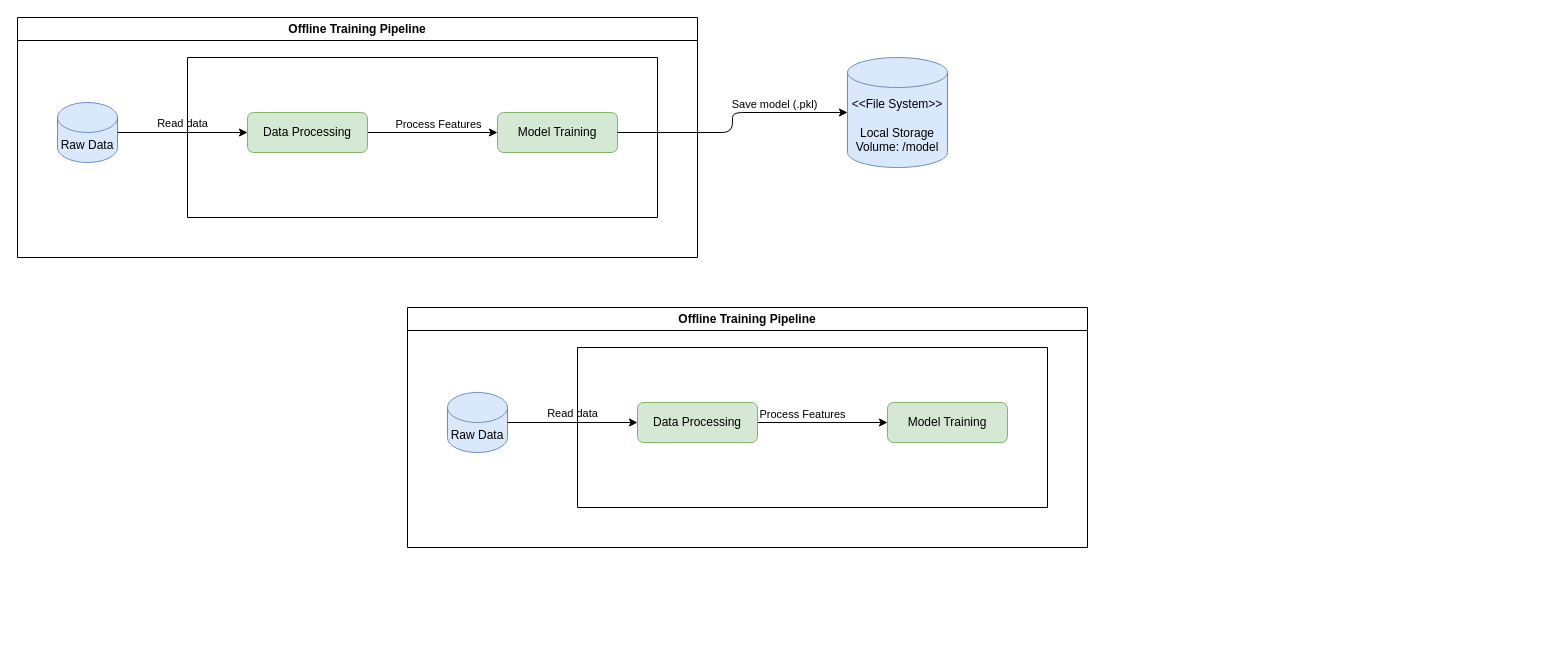
thanhnhat31/finalproject.mlops.group9.msa29hcm keeps this draw.io diagram as document/architecture.drawio. Above is the earlier version. Source tidied: cells renumbered, new cells numbered last; positions are measured from the earlier drawing's top-left corner, leaving out a move shared by most shapes. Both pictures are drawn from the tidied source at 100%, with x=0, y=0 at pixel (17, 17).
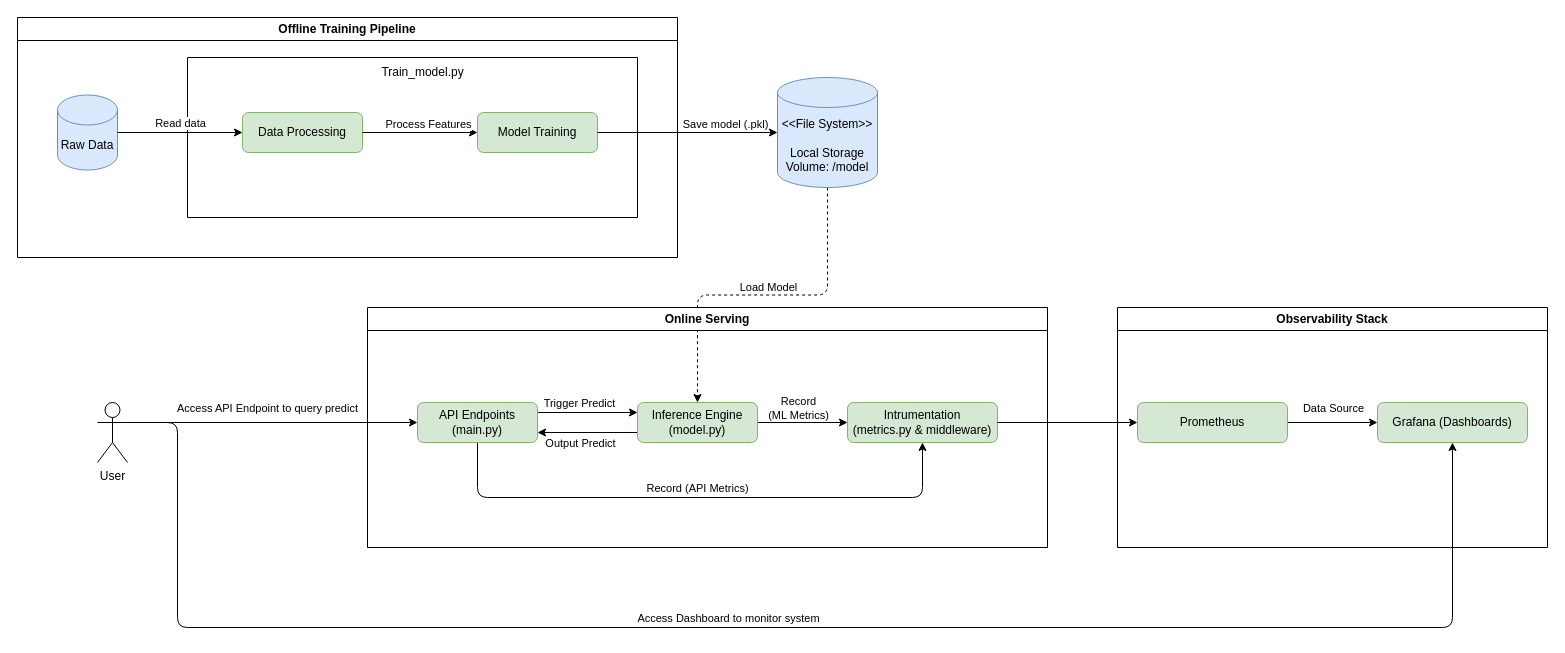
After the change.

Commit message (it also covers changes not shown here):
Architecture.md - Update Data Flow

What changed in the source:
```diff
@@
     <mxCell id="2" value="Offline Training Pipeline" style="swimlane;whiteSpace=wrap;html=1;" parent="1" vertex="1">
-      <mxGeometry width="680" height="240" as="geometry" />
+      <mxGeometry width="660" height="240" as="geometry" />
     </mxCell>
     <mxCell id="3" value="Raw Data" style="shape=cylinder3;whiteSpace=wrap;html=1;boundedLbl=1;backgroundOutline=1;size=15;fillColor=#dae8fc;strokeColor=#6c8ebf;" parent="2" vertex="1">
-      <mxGeometry x="40" y="85" width="60" height="60" as="geometry" />
+      <mxGeometry x="40" y="77.5" width="60" height="75" as="geometry" />
     </mxCell>
+    <mxCell id="8" style="swimlane;startSize=0;" parent="2" vertex="1">
+      <mxGeometry x="170" y="40" width="450" height="160" as="geometry" />
+    </mxCell>
+    <mxCell id="9" value="Model Training" style="rounded=1;whiteSpace=wrap;html=1;fillColor=#d5e8d4;strokeColor=#82b366;" parent="8" vertex="1">
+      <mxGeometry x="290" y="55" width="120" height="40" as="geometry" />
+    </mxCell>
+    <mxCell id="21" value="Train_model.py" style="text;html=1;align=center;verticalAlign=middle;strokeColor=none;fillColor=none;" parent="8" vertex="1">
+      <mxGeometry x="180" width="110" height="30" as="geometry" />
+    </mxCell>
+    <mxCell id="6" value="Data Processing" style="rounded=1;whiteSpace=wrap;html=1;fillColor=#d5e8d4;strokeColor=#82b366;" parent="8" vertex="1">
+      <mxGeometry x="55" y="55" width="120" height="40" as="geometry" />
+    </mxCell>
-    <mxCell id="4" style="edgeStyle=none;html=1;exitX=1;exitY=0.5;exitDx=0;exitDy=0;" parent="2" edge="1" source="6" target="9">
+    <mxCell id="4" style="edgeStyle=none;html=1;exitX=1;exitY=0.5;exitDx=0;exitDy=0;" parent="8" edge="1" source="6" target="9">
       <mxGeometry relative="1" as="geometry" />
     </mxCell>
@@
-    <mxCell id="6" value="Data Processing" style="rounded=1;whiteSpace=wrap;html=1;fillColor=#d5e8d4;strokeColor=#82b366;" parent="2" vertex="1">
-      <mxGeometry x="230" y="95" width="120" height="40" as="geometry" />
-    </mxCell>
@@
-    <mxCell id="8" style="swimlane;startSize=0;" parent="2" vertex="1">
-      <mxGeometry x="170" y="40" width="470" height="160" as="geometry" />
-    </mxCell>
-    <mxCell id="9" value="Model Training" style="rounded=1;whiteSpace=wrap;html=1;fillColor=#d5e8d4;strokeColor=#82b366;" parent="8" vertex="1">
-      <mxGeometry x="310" y="55" width="120" height="40" as="geometry" />
-    </mxCell>
+    <mxCell id="22" style="edgeStyle=orthogonalEdgeStyle;html=1;exitX=0.5;exitY=1;exitDx=0;exitDy=0;exitPerimeter=0;entryX=0.5;entryY=0;entryDx=0;entryDy=0;elbow=vertical;dashed=1;" parent="1" edge="1" source="10" target="32">
+      <mxGeometry relative="1" as="geometry" />
+    </mxCell>
+    <mxCell id="23" value="Load Model" style="edgeLabel;html=1;align=center;verticalAlign=middle;" parent="22" vertex="1">
+      <mxGeometry x="-0.89" y="-1" relative="1" as="geometry">
+        <mxPoint x="-59" y="80" as="offset" />
+      </mxGeometry>
+    </mxCell>
     <mxCell id="10" value="&amp;lt;&amp;lt;File System&amp;gt;&amp;gt;&lt;br&gt;&lt;br&gt;Local Storage&lt;br&gt;Volume: /model" style="shape=cylinder3;whiteSpace=wrap;html=1;boundedLbl=1;backgroundOutline=1;size=15;fillColor=#dae8fc;strokeColor=#6c8ebf;" parent="1" vertex="1">
-      <mxGeometry x="830" y="40" width="100" height="110" as="geometry" />
+      <mxGeometry x="760" y="60" width="100" height="110" as="geometry" />
     </mxCell>
@@
-    <mxCell id="13" value="Offline Training Pipeline" style="swimlane;whiteSpace=wrap;html=1;" parent="1" vertex="1">
-      <mxGeometry x="390" y="290" width="680" height="240" as="geometry" />
+    <mxCell id="13" value="Online Serving" style="swimlane;whiteSpace=wrap;html=1;" parent="1" vertex="1">
+      <mxGeometry x="350" y="290" width="680" height="240" as="geometry" />
     </mxCell>
-    <mxCell id="14" value="Raw Data" style="shape=cylinder3;whiteSpace=wrap;html=1;boundedLbl=1;backgroundOutline=1;size=15;fillColor=#dae8fc;strokeColor=#6c8ebf;" parent="13" vertex="1">
-      <mxGeometry x="40" y="85" width="60" height="60" as="geometry" />
-    </mxCell>
-    <mxCell id="15" style="edgeStyle=none;html=1;exitX=1;exitY=0.5;exitDx=0;exitDy=0;" parent="13" edge="1" source="17" target="20">
-      <mxGeometry relative="1" as="geometry" />
-    </mxCell>
-    <mxCell id="16" value="Process Features" style="edgeLabel;html=1;align=center;verticalAlign=bottom;labelPosition=center;verticalLabelPosition=top;" parent="15" vertex="1">
-      <mxGeometry x="-0.32" relative="1" as="geometry" />
-    </mxCell>
+    <mxCell id="24" style="edgeStyle=orthogonalEdgeStyle;html=1;exitX=1;exitY=0.25;exitDx=0;exitDy=0;entryX=0;entryY=0.25;entryDx=0;entryDy=0;elbow=vertical;verticalAlign=bottom;labelPosition=left;verticalLabelPosition=top;align=right;" parent="13" edge="1" source="17" target="32">
+      <mxGeometry relative="1" as="geometry" />
+    </mxCell>
+    <mxCell id="25" value="Trigger Predict" style="edgeLabel;html=1;align=center;verticalAlign=middle;" parent="24" vertex="1">
+      <mxGeometry x="0.33" relative="1" as="geometry">
+        <mxPoint x="-26" y="-10" as="offset" />
+      </mxGeometry>
+    </mxCell>
+    <mxCell id="26" style="edgeStyle=orthogonalEdgeStyle;html=1;exitX=0.5;exitY=1;exitDx=0;exitDy=0;entryX=0.5;entryY=1;entryDx=0;entryDy=0;elbow=vertical;" parent="13" edge="1" source="17" target="33">
+      <mxGeometry relative="1" as="geometry">
+        <Array as="points">
+          <mxPoint x="110" y="190" />
+          <mxPoint x="555" y="190" />
+        </Array>
+      </mxGeometry>
+    </mxCell>
+    <mxCell id="27" value="Record (API Metrics)" style="edgeLabel;html=1;align=center;verticalAlign=middle;" parent="26" vertex="1">
+      <mxGeometry x="-0.17" relative="1" as="geometry">
+        <mxPoint x="44" y="-10" as="offset" />
+      </mxGeometry>
+    </mxCell>
-    <mxCell id="17" value="Data Processing" style="rounded=1;whiteSpace=wrap;html=1;fillColor=#d5e8d4;strokeColor=#82b366;" parent="13" vertex="1">
-      <mxGeometry x="230" y="95" width="120" height="40" as="geometry" />
+    <mxCell id="17" value="API Endpoints&lt;br&gt;(main.py)" style="rounded=1;whiteSpace=wrap;html=1;fillColor=#d5e8d4;strokeColor=#82b366;" parent="13" vertex="1">
+      <mxGeometry x="50" y="95" width="120" height="40" as="geometry" />
     </mxCell>
-    <mxCell id="18" value="Read data" style="edgeStyle=none;html=1;exitX=1;exitY=0.5;exitDx=0;exitDy=0;exitPerimeter=0;entryX=0;entryY=0.5;entryDx=0;entryDy=0;labelPosition=center;verticalLabelPosition=top;align=center;verticalAlign=bottom;" parent="13" edge="1" source="14" target="17">
-      <mxGeometry relative="1" as="geometry" />
-    </mxCell>
-    <mxCell id="19" style="swimlane;startSize=0;" parent="13" vertex="1">
-      <mxGeometry x="170" y="40" width="470" height="160" as="geometry" />
-    </mxCell>
-    <mxCell id="20" value="Model Training" style="rounded=1;whiteSpace=wrap;html=1;fillColor=#d5e8d4;strokeColor=#82b366;" parent="19" vertex="1">
-      <mxGeometry x="310" y="55" width="120" height="40" as="geometry" />
-    </mxCell>
+    <mxCell id="28" style="edgeStyle=orthogonalEdgeStyle;html=1;exitX=0;exitY=0.75;exitDx=0;exitDy=0;entryX=1;entryY=0.75;entryDx=0;entryDy=0;elbow=vertical;verticalAlign=bottom;labelPosition=center;verticalLabelPosition=top;align=center;" parent="13" edge="1" source="32" target="17">
+      <mxGeometry relative="1" as="geometry" />
+    </mxCell>
+    <mxCell id="29" value="Output Predict" style="edgeLabel;html=1;align=center;verticalAlign=middle;" parent="28" vertex="1">
+      <mxGeometry x="-0.19" y="-1" relative="1" as="geometry">
+        <mxPoint x="-17" y="11" as="offset" />
+      </mxGeometry>
+    </mxCell>
+    <mxCell id="30" style="edgeStyle=orthogonalEdgeStyle;html=1;exitX=1;exitY=0.5;exitDx=0;exitDy=0;entryX=0;entryY=0.5;entryDx=0;entryDy=0;elbow=vertical;" parent="13" edge="1" source="32" target="33">
+      <mxGeometry relative="1" as="geometry" />
+    </mxCell>
+    <mxCell id="31" value="Record &lt;br&gt;(ML Metrics)" style="edgeLabel;html=1;align=center;verticalAlign=middle;" parent="30" vertex="1">
+      <mxGeometry x="0.19" relative="1" as="geometry">
+        <mxPoint x="-14" y="-15" as="offset" />
+      </mxGeometry>
+    </mxCell>
+    <mxCell id="32" value="Inference Engine&lt;br&gt;(model.py)" style="rounded=1;whiteSpace=wrap;html=1;fillColor=#d5e8d4;strokeColor=#82b366;" parent="13" vertex="1">
+      <mxGeometry x="270" y="95" width="120" height="40" as="geometry" />
+    </mxCell>
+    <mxCell id="33" value="Intrumentation&lt;br&gt;(metrics.py &amp;amp; middleware)" style="rounded=1;whiteSpace=wrap;html=1;fillColor=#d5e8d4;strokeColor=#82b366;" parent="13" vertex="1">
+      <mxGeometry x="480" y="95" width="150" height="40" as="geometry" />
+    </mxCell>
+    <mxCell id="34" value="Observability Stack" style="swimlane;whiteSpace=wrap;html=1;startSize=23;" parent="1" vertex="1">
+      <mxGeometry x="1100" y="290" width="430" height="240" as="geometry" />
+    </mxCell>
+    <mxCell id="35" style="edgeStyle=orthogonalEdgeStyle;html=1;exitX=1;exitY=0.5;exitDx=0;exitDy=0;entryX=0;entryY=0.5;entryDx=0;entryDy=0;elbow=vertical;labelPosition=left;verticalLabelPosition=middle;align=right;verticalAlign=middle;" parent="34" edge="1" source="37" target="38">
+      <mxGeometry relative="1" as="geometry" />
+    </mxCell>
+    <mxCell id="36" value="Data Source" style="edgeLabel;html=1;align=center;verticalAlign=middle;" parent="35" vertex="1">
+      <mxGeometry x="-0.29" y="1" relative="1" as="geometry">
+        <mxPoint x="13" y="-14" as="offset" />
+      </mxGeometry>
+    </mxCell>
+    <mxCell id="37" value="Prometheus" style="rounded=1;whiteSpace=wrap;html=1;fillColor=#d5e8d4;strokeColor=#82b366;" parent="34" vertex="1">
+      <mxGeometry x="20" y="95" width="150" height="40" as="geometry" />
+    </mxCell>
+    <mxCell id="38" value="Grafana (Dashboards)" style="rounded=1;whiteSpace=wrap;html=1;fillColor=#d5e8d4;strokeColor=#82b366;" parent="34" vertex="1">
+      <mxGeometry x="260" y="95" width="150" height="40" as="geometry" />
+    </mxCell>
+    <mxCell id="39" style="edgeStyle=orthogonalEdgeStyle;html=1;exitX=1;exitY=0.5;exitDx=0;exitDy=0;entryX=0;entryY=0.5;entryDx=0;entryDy=0;elbow=vertical;" parent="1" edge="1" source="33" target="37">
+      <mxGeometry relative="1" as="geometry" />
+    </mxCell>
+    <mxCell id="40" style="edgeStyle=orthogonalEdgeStyle;html=1;exitX=1;exitY=0.3333333333333333;exitDx=0;exitDy=0;exitPerimeter=0;elbow=vertical;" parent="1" edge="1" source="43" target="17">
+      <mxGeometry relative="1" as="geometry" />
+    </mxCell>
+    <mxCell id="41" value="Access API Endpoint to query predict" style="edgeLabel;html=1;align=center;verticalAlign=middle;" parent="40" vertex="1">
+      <mxGeometry x="0.33" y="3" relative="1" as="geometry">
+        <mxPoint x="-54" y="-12" as="offset" />
+      </mxGeometry>
+    </mxCell>
+    <mxCell id="42" style="edgeStyle=orthogonalEdgeStyle;html=1;entryX=0.5;entryY=1;entryDx=0;entryDy=0;elbow=vertical;exitX=1;exitY=0.3333333333333333;exitDx=0;exitDy=0;exitPerimeter=0;" parent="1" edge="1" source="43" target="38">
+      <mxGeometry relative="1" as="geometry">
+        <Array as="points">
+          <mxPoint x="160" y="405" />
+          <mxPoint x="160" y="610" />
+          <mxPoint x="1435" y="610" />
+        </Array>
+      </mxGeometry>
+    </mxCell>
+    <mxCell id="43" value="User" style="shape=umlActor;verticalLabelPosition=bottom;verticalAlign=top;html=1;outlineConnect=0;" parent="1" vertex="1">
+      <mxGeometry x="80" y="385" width="30" height="60" as="geometry" />
+    </mxCell>
+    <mxCell id="44" value="Access Dashboard to monitor system" style="edgeLabel;html=1;align=center;verticalAlign=middle;" parent="1" vertex="1">
+      <mxGeometry x="710" y="600" as="geometry" />
+    </mxCell>
```
